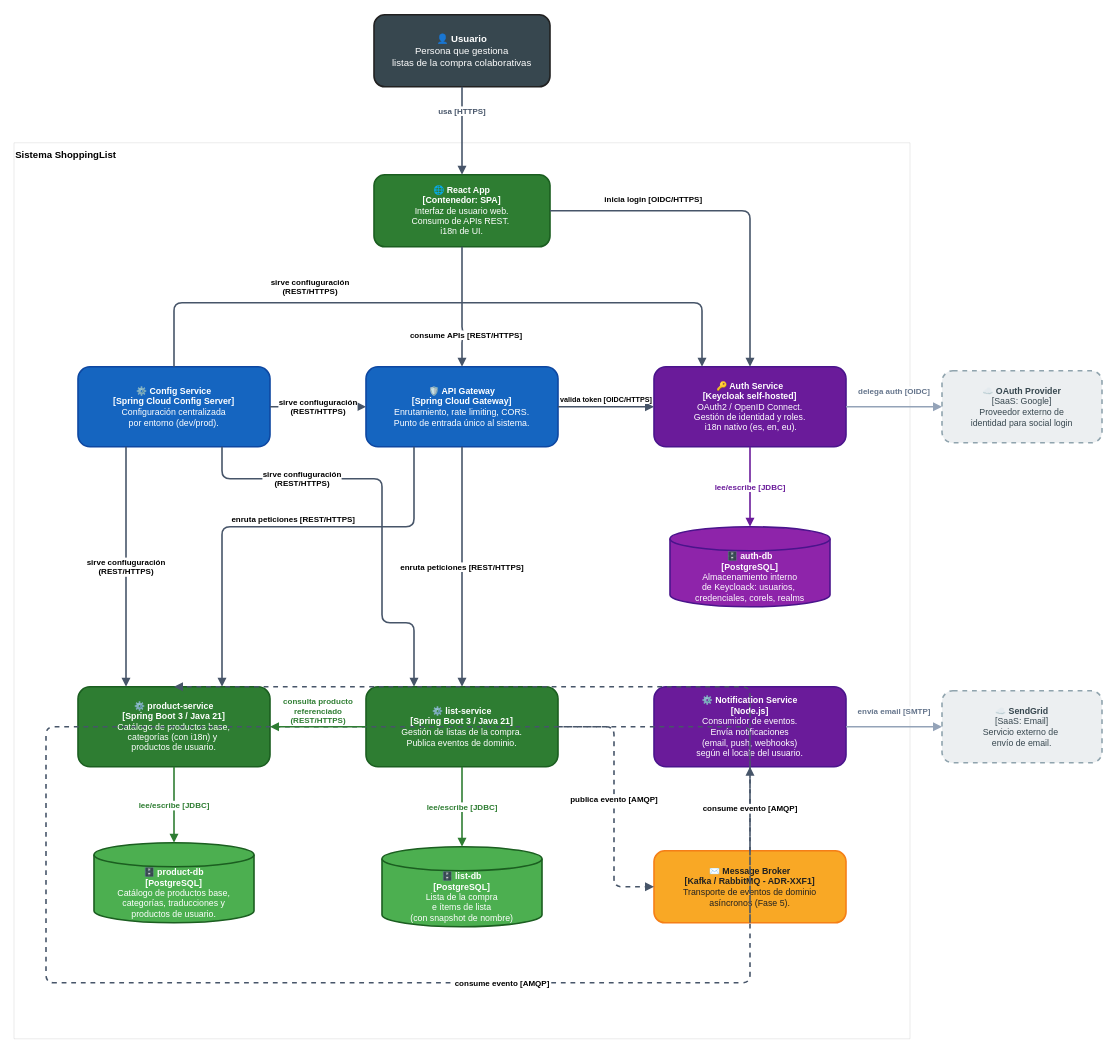
The draw.io diagram docs/architecture/img/c4-level2-containers.drawio.xml in ivborrezo/shopping-list, before the edit. Source tidied: cells renumbered, new cells numbered last; positions are measured from the earlier drawing's top-left corner, leaving out a move shared by most shapes. Both pictures are drawn from the tidied source at 80%, with x=0, y=0 at pixel (14, 14).
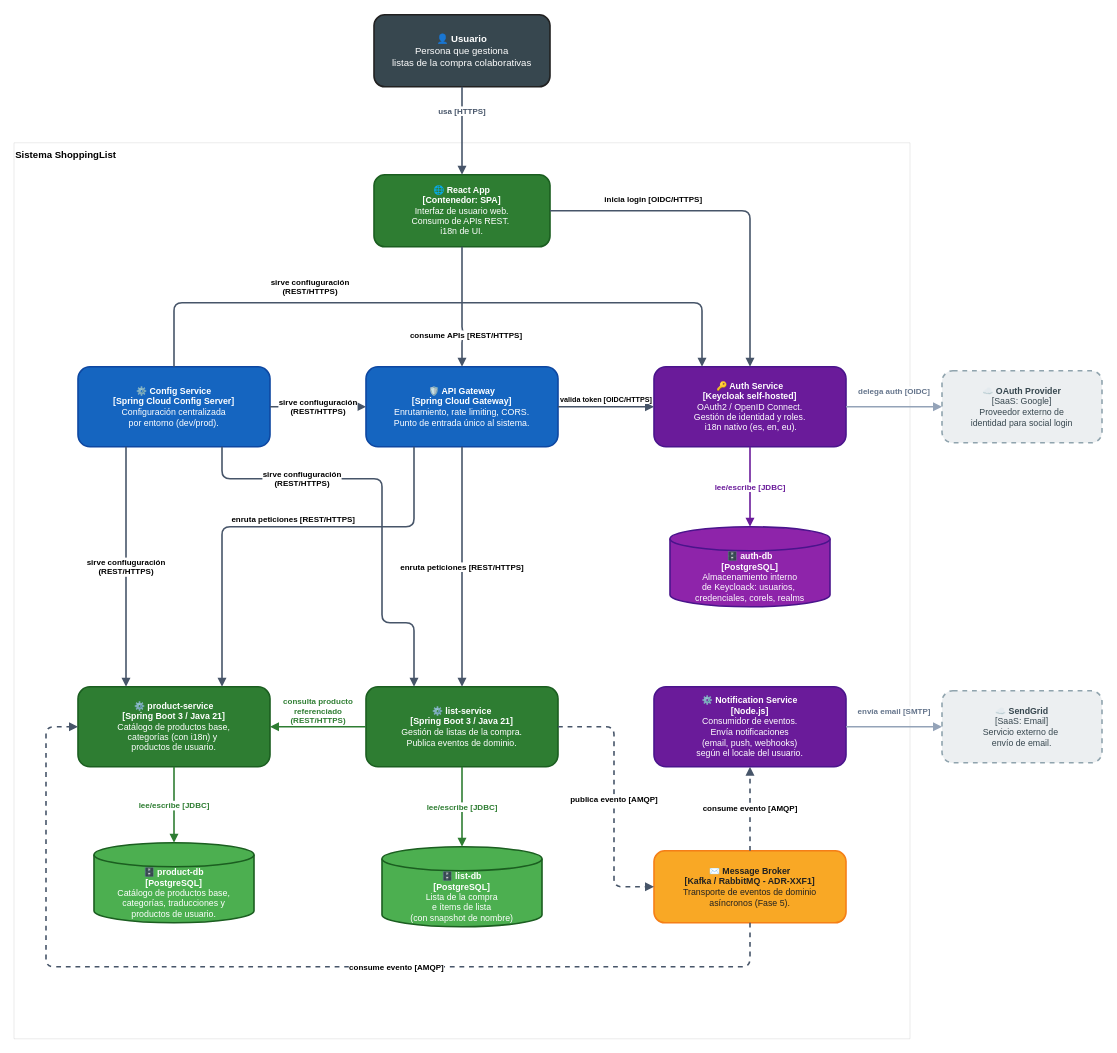
After the change.

Commit message (it also covers changes not shown here):
docs(architecture): regenerar el diagrama C4 nivel 2

Exporta el SVG desde el drawio.xml actualizado y ajusta el trazado de la
arista del Message Broker hacia product-service, que pasa a figurar como
consumidor previsto de list.item.added en lugar de publicador de eventos.

The change refers to these unchanged cells:
```xml
<mxCell id="11" value="&lt;b&gt;⚙️ product-service&lt;/b&gt;&lt;br&gt;&lt;b&gt;[Spring Boot 3 / Java 21]&lt;/b&gt;&lt;br&gt;Catálogo de productos base,&lt;br&gt;&lt;div&gt;categorías (con i18n) y&amp;nbsp;&lt;/div&gt;&lt;div&gt;productos de usuario.&lt;/div&gt;" style="rounded=1;whiteSpace=wrap;html=1;fillColor=#2E7D32;strokeColor=#1B5E20;strokeWidth=2;fontColor=#FFFFFF;fontSize=11;align=center;" parent="1" vertex="1">
  <mxGeometry x="80" y="840" width="240" height="100" as="geometry" />
</mxCell>
<mxCell id="17" value="&lt;b&gt;✉️ Message Broker&lt;/b&gt;&lt;br/&gt;&lt;b&gt;[Kafka / RabbitMQ - ADR-XXF1]&lt;/b&gt;&lt;br/&gt;Transporte de eventos de dominio&lt;br/&gt;asíncronos (Fase 5)." style="rounded=1;whiteSpace=wrap;html=1;fillColor=#F9A825;strokeColor=#F57F17;strokeWidth=2;fontColor=#212121;fontSize=11;align=center;" parent="1" vertex="1">
  <mxGeometry x="800" y="1045" width="240" height="90" as="geometry" />
</mxCell>
```

Change to the diagram source:
```diff
@@
-    <mxCell id="18" value="&lt;span style=&quot;color: light-dark(rgb(0, 0, 0), rgb(149, 79, 0));&quot;&gt;consume evento [AMQP]&lt;/span&gt;" style="edgeStyle=orthogonalEdgeStyle;rounded=1;jettySize=auto;html=1;strokeColor=light-dark(#475569,#954F00);strokeWidth=2;fontColor=#475569;fontSize=10;fontStyle=1;endArrow=block;exitX=0.5;exitY=1;entryX=0.5;entryY=0;exitDx=0;exitDy=0;entryDx=0;entryDy=0;dashed=1;" parent="1" edge="1" source="17" target="11">
-      <mxGeometry x="0.18" relative="1" as="geometry">
+    <mxCell id="18" value="&lt;span style=&quot;color: light-dark(rgb(0, 0, 0), rgb(149, 79, 0));&quot;&gt;consume evento [AMQP]&lt;/span&gt;" style="edgeStyle=orthogonalEdgeStyle;rounded=1;jettySize=auto;html=1;strokeColor=light-dark(#475569,#954F00);strokeWidth=2;fontColor=#475569;fontSize=10;fontStyle=1;endArrow=block;exitX=0.5;exitY=1;entryX=0;entryY=0.5;exitDx=0;exitDy=0;entryDx=0;entryDy=0;dashed=1;" parent="1" edge="1" source="17" target="11">
+      <mxGeometry x="-0.22" relative="1" as="geometry">
         <Array as="points">
+          <mxPoint x="920" y="1190" />
+          <mxPoint x="40" y="1190" />
           <mxPoint x="40" y="890" />
-          <mxPoint x="40" y="1210" />
-          <mxPoint x="920" y="1210" />
         </Array>
       </mxGeometry>
     </mxCell>
```
